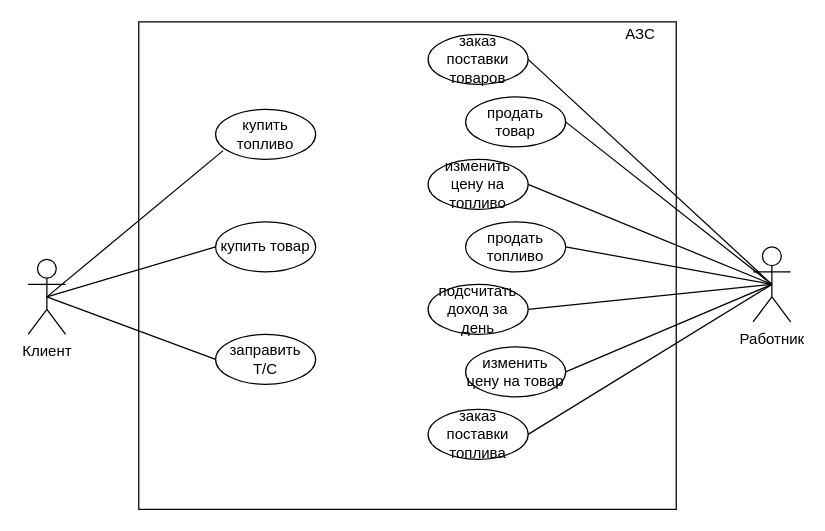
The draw.io diagram lab1-2.drawio in KozlovKA/PPvIS5sem, before the edit. Source tidied: cells renumbered, new cells numbered last; positions are measured from the earlier drawing's top-left corner, leaving out a move shared by most shapes. Both pictures are drawn from the tidied source at 125%, with x=0, y=0 at pixel (28, 21).
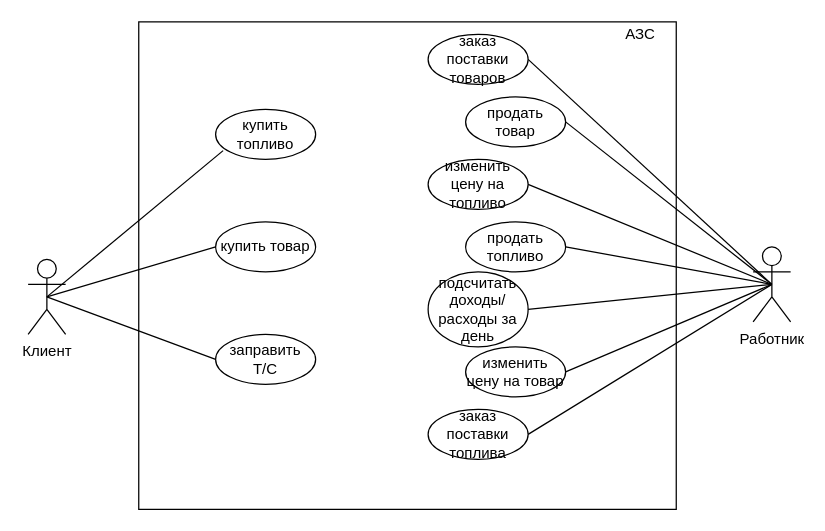
Above is the later version.

Change to the diagram source:
```diff
@@
-    <mxCell id="16" value="подсчитать доход за день" style="ellipse;whiteSpace=wrap;html=1;" parent="1" vertex="1">
-      <mxGeometry x="320" y="210" width="80" height="40" as="geometry" />
+    <mxCell id="16" value="подсчитать доходы/расходы за день" style="ellipse;whiteSpace=wrap;html=1;" parent="1" vertex="1">
+      <mxGeometry x="320" y="200" width="80" height="60" as="geometry" />
     </mxCell>
```
